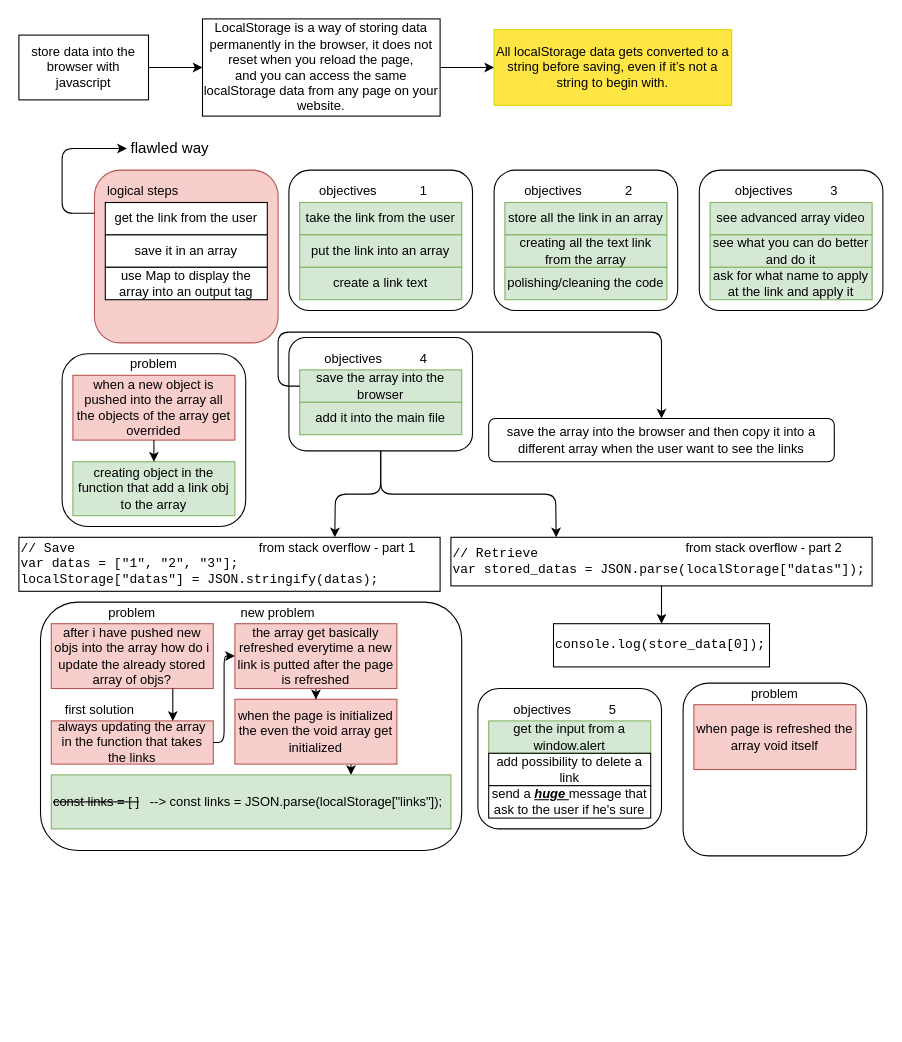
Earlier version of the draw.io diagram data_storage.drawio (gabrieleboccarusso/startpage). Source tidied: cells renumbered, new cells numbered last; positions are measured from the earlier drawing's top-left corner, leaving out a move shared by most shapes. Both pictures are drawn from the tidied source at 108%, with x=0, y=0 at pixel (18, 18).
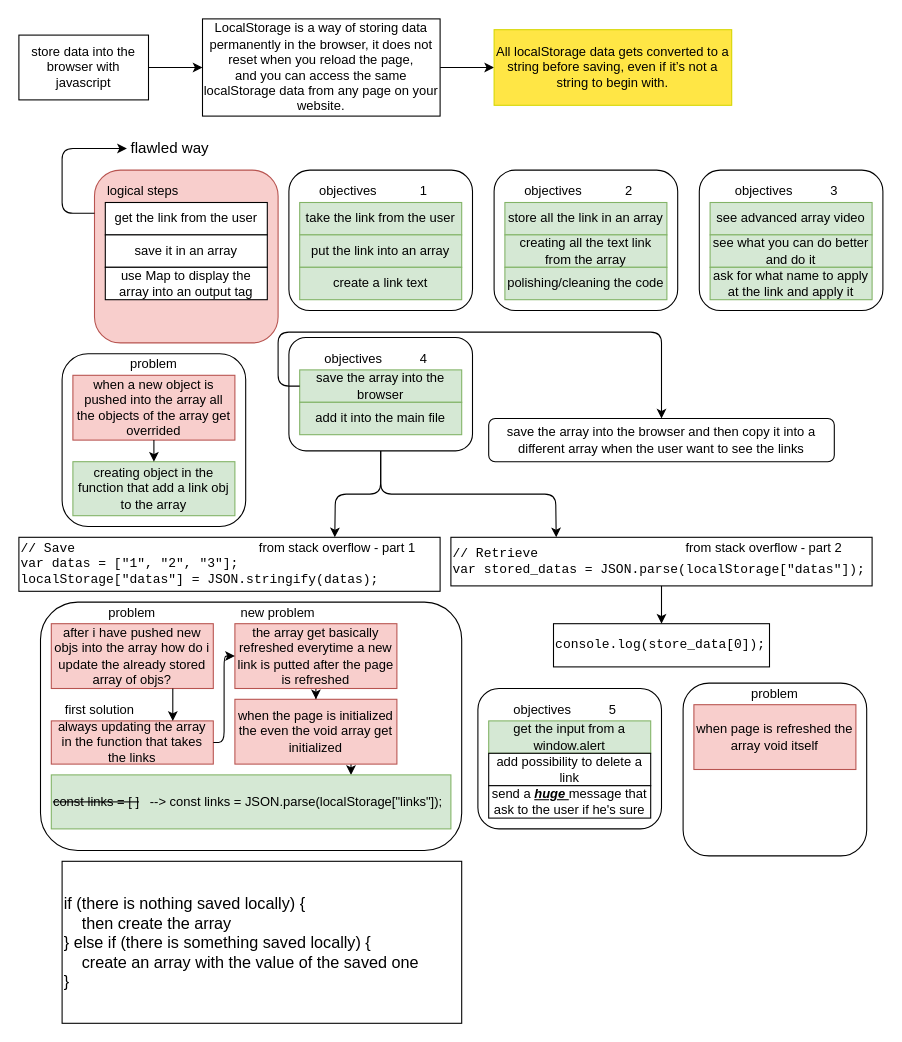
The same diagram, later.

The edit, as a diff of the source:
```diff
@@
+    <mxCell id="74" value="&lt;div style=&quot;font-size: 15px&quot;&gt;&lt;font style=&quot;font-size: 15px&quot;&gt;if (there is nothing saved locally) {&lt;/font&gt;&lt;/div&gt;&lt;div style=&quot;font-size: 15px&quot;&gt;&lt;font style=&quot;font-size: 15px&quot;&gt;&amp;nbsp; &amp;nbsp; then create the array&lt;/font&gt;&lt;/div&gt;&lt;div style=&quot;font-size: 15px&quot;&gt;&lt;font style=&quot;font-size: 15px&quot;&gt;} else if (there is something saved locally) {&lt;/font&gt;&lt;/div&gt;&lt;div style=&quot;font-size: 15px&quot;&gt;&lt;font style=&quot;font-size: 15px&quot;&gt;&amp;nbsp; &amp;nbsp; create an array with the value of the saved one&lt;/font&gt;&lt;/div&gt;&lt;div style=&quot;font-size: 15px&quot;&gt;&lt;font style=&quot;font-size: 15px&quot;&gt;}&lt;/font&gt;&lt;/div&gt;" style="rounded=0;whiteSpace=wrap;html=1;align=left;" parent="1" vertex="1">
+      <mxGeometry x="40" y="780" width="370" height="150" as="geometry" />
+    </mxCell>
```
